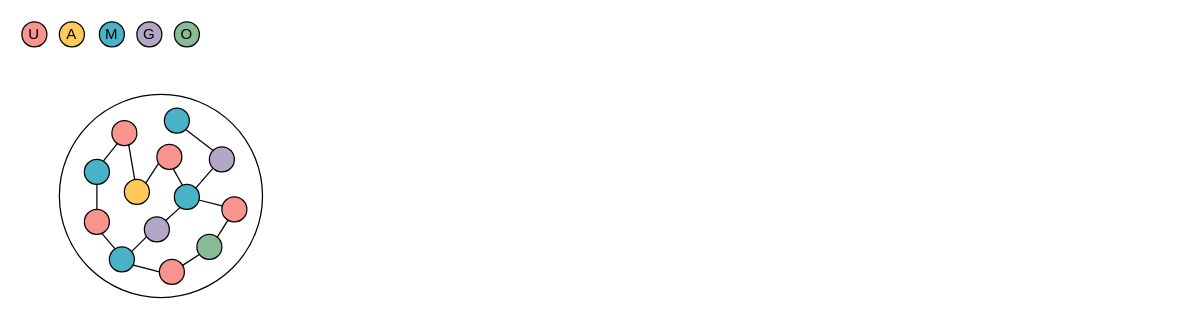
Above: pathconv.drawio in Joieee030/draw-io-out (draw.io), before the change. Source tidied: cells renumbered, new cells numbered last; positions are measured from the earlier drawing's top-left corner, leaving out a move shared by most shapes. Both pictures are drawn from the tidied source at 125%, with x=0, y=0 at pixel (21, 21).
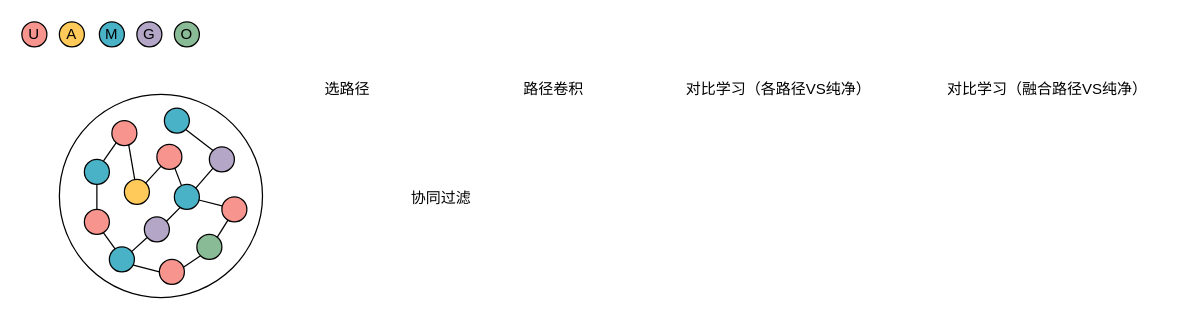
The same diagram, later.

Unchanged cells that the change refers to:
```xml
<mxCell id="3" style="ellipse;whiteSpace=wrap;html=1;fillColor=#49B2C7;" parent="1" vertex="1">
  <mxGeometry x="50" y="110" width="20" height="20" as="geometry" />
</mxCell>
<mxCell id="4" style="ellipse;whiteSpace=wrap;html=1;fillColor=#F6948D;" parent="1" vertex="1">
  <mxGeometry x="72" y="79" width="20" height="20" as="geometry" />
</mxCell>
<mxCell id="5" style="ellipse;whiteSpace=wrap;html=1;fillColor=#F6948D;" parent="1" vertex="1">
  <mxGeometry x="110" y="190" width="20" height="20" as="geometry" />
</mxCell>
<mxCell id="8" style="ellipse;whiteSpace=wrap;html=1;fillColor=#89BC96;" parent="1" vertex="1">
  <mxGeometry x="140" y="170" width="20" height="20" as="geometry" />
</mxCell>
<mxCell id="10" style="ellipse;whiteSpace=wrap;html=1;fillColor=#B3A6C6;" parent="1" vertex="1">
  <mxGeometry x="98" y="156" width="20" height="20" as="geometry" />
</mxCell>
<mxCell id="11" style="ellipse;whiteSpace=wrap;html=1;fillColor=#49B2C7;" parent="1" vertex="1">
  <mxGeometry x="70" y="180" width="20" height="20" as="geometry" />
</mxCell>
<mxCell id="12" style="ellipse;whiteSpace=wrap;html=1;fillColor=#F6948D;" parent="1" vertex="1">
  <mxGeometry x="50" y="150" width="20" height="20" as="geometry" />
</mxCell>
<mxCell id="13" style="ellipse;whiteSpace=wrap;html=1;fillColor=#F6948D;" parent="1" vertex="1">
  <mxGeometry x="108" y="98" width="20" height="20" as="geometry" />
</mxCell>
<mxCell id="14" style="ellipse;whiteSpace=wrap;html=1;fillColor=#FFCA5A;" parent="1" vertex="1">
  <mxGeometry x="82" y="126" width="20" height="20" as="geometry" />
</mxCell>
<mxCell id="15" style="ellipse;whiteSpace=wrap;html=1;fillColor=#49B2C7;" parent="1" vertex="1">
  <mxGeometry x="122" y="130" width="20" height="20" as="geometry" />
</mxCell>
```

Diff of the diagram source:
```diff
@@
-    <mxCell id="21" style="endArrow=none;html=1;rounded=0;entryX=0.062;entryY=0.771;entryDx=0;entryDy=0;exitX=1;exitY=0;exitDx=0;exitDy=0;entryPerimeter=0;" parent="1" edge="1" source="14" target="13">
-      <mxGeometry relative="1" as="geometry" />
+    <mxCell id="21" style="endArrow=none;html=1;rounded=0;entryX=0.163;entryY=0.877;entryDx=0;entryDy=0;entryPerimeter=0;" parent="1" edge="1" target="13">
+      <mxGeometry relative="1" as="geometry">
+        <mxPoint x="99" y="129" as="sourcePoint" />
+      </mxGeometry>
     </mxCell>
@@
-    <mxCell id="24" style="endArrow=none;html=1;rounded=0;entryX=0.321;entryY=0.037;entryDx=0;entryDy=0;exitX=0.65;exitY=0.972;exitDx=0;exitDy=0;exitPerimeter=0;entryPerimeter=0;" parent="1" edge="1" source="13" target="15">
+    <mxCell id="24" style="endArrow=none;html=1;rounded=0;entryX=0.282;entryY=0.04;entryDx=0;entryDy=0;exitX=0.719;exitY=0.949;exitDx=0;exitDy=0;exitPerimeter=0;entryPerimeter=0;" parent="1" edge="1" source="13" target="15">
       <mxGeometry relative="1" as="geometry" />
     </mxCell>
@@
-    <mxCell id="26" style="endArrow=none;html=1;rounded=0;entryX=0.223;entryY=0.913;entryDx=0;entryDy=0;exitX=0.767;exitY=0.058;exitDx=0;exitDy=0;exitPerimeter=0;entryPerimeter=0;" parent="1" edge="1" source="3" target="4">
+    <mxCell id="26" style="endArrow=none;html=1;rounded=0;entryX=0.176;entryY=0.876;entryDx=0;entryDy=0;exitX=0.767;exitY=0.058;exitDx=0;exitDy=0;exitPerimeter=0;entryPerimeter=0;" parent="1" edge="1" source="3" target="4">
       <mxGeometry relative="1" as="geometry" />
     </mxCell>
@@
-    <mxCell id="28" style="endArrow=none;html=1;rounded=0;entryX=0.69;entryY=0.952;entryDx=0;entryDy=0;exitX=0.229;exitY=0.077;exitDx=0;exitDy=0;entryPerimeter=0;exitPerimeter=0;" parent="1" edge="1" source="11" target="12">
+    <mxCell id="28" style="endArrow=none;html=1;rounded=0;entryX=0.759;entryY=0.93;entryDx=0;entryDy=0;exitX=0.229;exitY=0.077;exitDx=0;exitDy=0;entryPerimeter=0;exitPerimeter=0;" parent="1" edge="1" source="11" target="12">
       <mxGeometry relative="1" as="geometry" />
     </mxCell>
@@
-    <mxCell id="30" style="endArrow=none;html=1;rounded=0;entryX=0.912;entryY=0.25;entryDx=0;entryDy=0;exitX=0.1;exitY=0.804;exitDx=0;exitDy=0;entryPerimeter=0;exitPerimeter=0;" parent="1" edge="1" source="8" target="5">
+    <mxCell id="30" style="endArrow=none;html=1;rounded=0;entryX=0.978;entryY=0.304;entryDx=0;entryDy=0;exitX=0;exitY=1;exitDx=0;exitDy=0;entryPerimeter=0;" parent="1" edge="1" source="8" target="5">
       <mxGeometry relative="1" as="geometry" />
     </mxCell>
@@
-    <mxCell id="32" style="endArrow=none;html=1;rounded=0;entryX=1;entryY=0;entryDx=0;entryDy=0;exitX=0.235;exitY=0.92;exitDx=0;exitDy=0;exitPerimeter=0;" parent="1" edge="1" source="15" target="10">
+    <mxCell id="32" style="endArrow=none;html=1;rounded=0;entryX=0.875;entryY=0.183;entryDx=0;entryDy=0;exitX=0.235;exitY=0.92;exitDx=0;exitDy=0;exitPerimeter=0;entryPerimeter=0;" parent="1" edge="1" source="15" target="10">
       <mxGeometry relative="1" as="geometry" />
     </mxCell>
-    <mxCell id="33" style="endArrow=none;html=1;rounded=0;entryX=0.878;entryY=0.2;entryDx=0;entryDy=0;exitX=0.083;exitY=0.8;exitDx=0;exitDy=0;exitPerimeter=0;entryPerimeter=0;" parent="1" edge="1" source="10" target="11">
+    <mxCell id="33" style="endArrow=none;html=1;rounded=0;entryX=0.878;entryY=0.2;entryDx=0;entryDy=0;exitX=0.1;exitY=0.838;exitDx=0;exitDy=0;exitPerimeter=0;entryPerimeter=0;" parent="1" edge="1" source="10" target="11">
       <mxGeometry relative="1" as="geometry" />
     </mxCell>
@@
+    <mxCell id="35" value="选路径" style="text;html=1;align=center;verticalAlign=middle;strokeColor=none;fillColor=none;" parent="1" vertex="1">
+      <mxGeometry x="230" y="39" width="60" height="30" as="geometry" />
+    </mxCell>
+    <mxCell id="36" value="路径卷积" style="text;html=1;align=center;verticalAlign=middle;strokeColor=none;fillColor=none;" parent="1" vertex="1">
+      <mxGeometry x="390" y="39" width="70" height="30" as="geometry" />
+    </mxCell>
+    <mxCell id="37" value="对比学习（各路径VS纯净）" style="text;html=1;align=center;verticalAlign=middle;strokeColor=none;fillColor=none;" parent="1" vertex="1">
+      <mxGeometry x="520" y="39" width="170" height="30" as="geometry" />
+    </mxCell>
+    <mxCell id="38" value="对比学习（融合路径VS纯净）" style="text;html=1;align=center;verticalAlign=middle;strokeColor=none;fillColor=none;" parent="1" vertex="1">
+      <mxGeometry x="730" y="39" width="180" height="30" as="geometry" />
+    </mxCell>
+    <mxCell id="39" value="协同过滤" style="text;html=1;align=center;verticalAlign=middle;strokeColor=none;fillColor=none;" parent="1" vertex="1">
+      <mxGeometry x="300" y="126" width="70" height="30" as="geometry" />
+    </mxCell>
```
